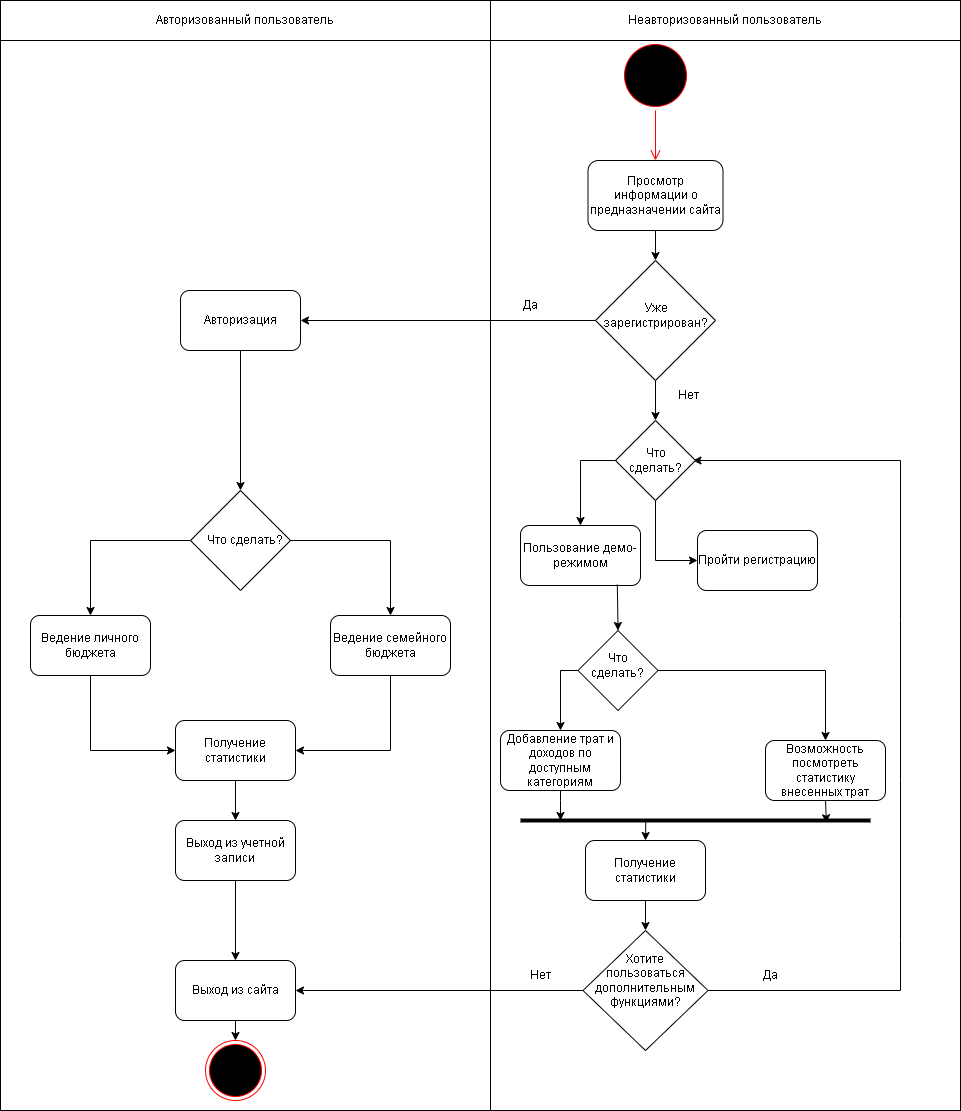
The draw.io diagram documentation/diagrams/Activity_diagram.png in money-pie/moneypie, before a commit. Source tidied: cells renumbered, new cells last; positions are measured from the earlier drawing's top-left corner, leaving out a move shared by most shapes.
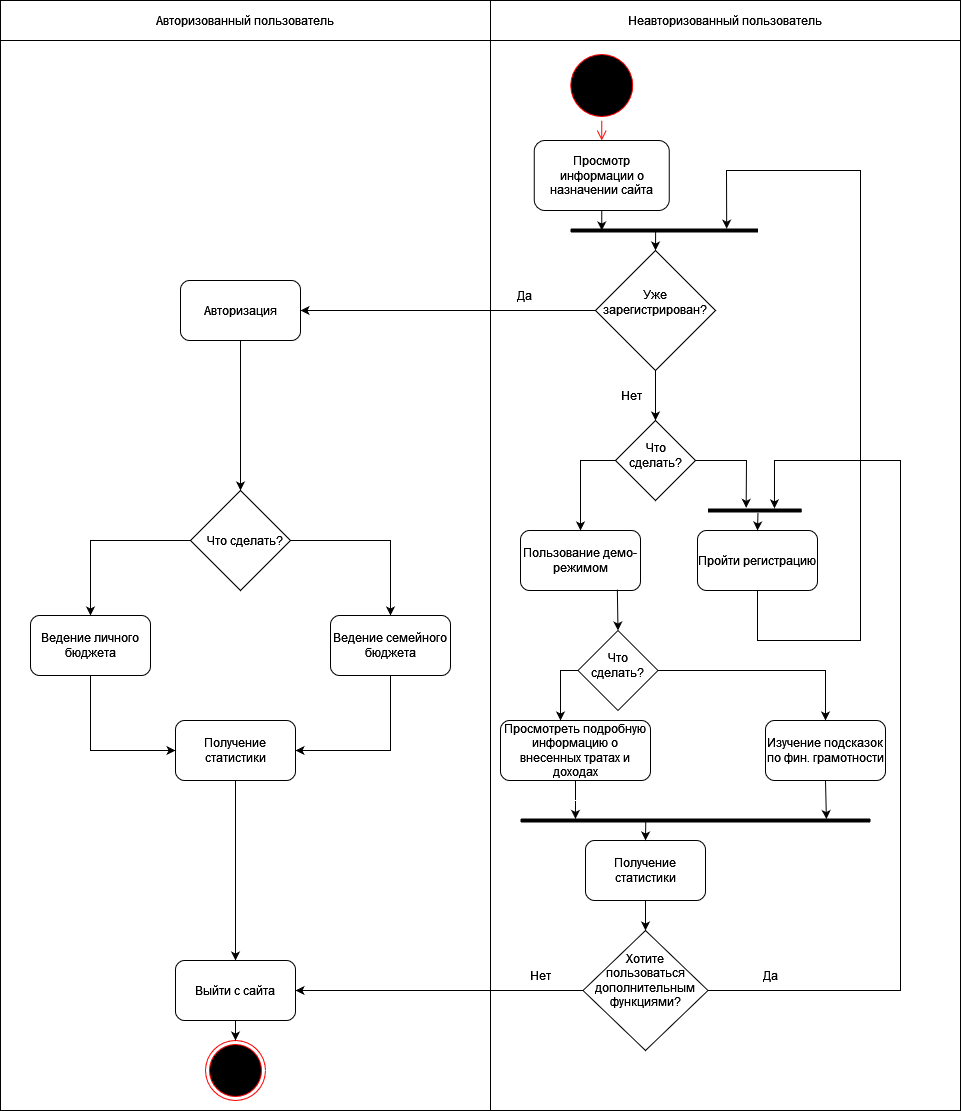
Above is the later version.

What changed in the source:
```diff
@@ -15,25 +15,28 @@
       <mxGeometry x="490" y="40" width="470" height="1070" as="geometry" />
     </mxCell>
     <mxCell id="6" style="ellipse;html=1;shape=startState;fillColor=#000000;strokeColor=#ff0000;" parent="1" vertex="1">
-      <mxGeometry x="620" y="40" width="70" height="70" as="geometry" />
+      <mxGeometry x="566.2" y="50" width="70" height="70" as="geometry" />
     </mxCell>
     <mxCell id="7" style="edgeStyle=orthogonalEdgeStyle;html=1;verticalAlign=bottom;endArrow=open;endSize=8;strokeColor=#ff0000;rounded=0;entryX=0.5;entryY=0;entryDx=0;entryDy=0;" parent="1" edge="1" source="6" target="8">
       <mxGeometry relative="1" as="geometry" />
     </mxCell>
+    <mxCell id="58" style="edgeStyle=orthogonalEdgeStyle;rounded=0;jettySize=auto;html=1;exitX=0.5;exitY=1;exitDx=0;exitDy=0;" parent="1" edge="1" source="8" target="62">
+      <mxGeometry relative="1" as="geometry" />
+    </mxCell>
-    <mxCell id="8" value="Просмотр информации о предназначении сайта" style="rounded=1;whiteSpace=wrap;html=1;" parent="1" vertex="1">
-      <mxGeometry x="587.5" y="160" width="135" height="70" as="geometry" />
+    <mxCell id="8" value="Просмотр информации о назначении сайта" style="rounded=1;whiteSpace=wrap;html=1;" parent="1" vertex="1">
+      <mxGeometry x="533.8" y="140" width="135" height="70" as="geometry" />
     </mxCell>
-    <mxCell id="9" style="endArrow=classic;html=1;rounded=0;exitX=0.5;exitY=1;exitDx=0;exitDy=0;entryX=0.5;entryY=0;entryDx=0;entryDy=0;" parent="1" edge="1" source="8" target="10">
-      <mxGeometry relative="1" as="geometry" />
-    </mxCell>
+    <mxCell id="17" style="edgeStyle=orthogonalEdgeStyle;rounded=0;jettySize=auto;html=1;exitX=0.5;exitY=1;exitDx=0;exitDy=0;entryX=0.5;entryY=0;entryDx=0;entryDy=0;" parent="1" edge="1" source="10" target="52">
+      <mxGeometry relative="1" as="geometry" />
+    </mxCell>
     <mxCell id="10" style="rhombus;whiteSpace=wrap;html=1;" parent="1" vertex="1">
-      <mxGeometry x="595" y="260" width="120" height="120" as="geometry" />
+      <mxGeometry x="595" y="250" width="120" height="120" as="geometry" />
     </mxCell>
     <mxCell id="11" value="Уже зарегистрирован?" style="text;html=1;strokeColor=none;fillColor=none;align=center;verticalAlign=middle;whiteSpace=wrap;rounded=0;" parent="1" vertex="1">
-      <mxGeometry x="607.5" y="300" width="95" height="30" as="geometry" />
+      <mxGeometry x="607" y="287" width="95" height="30" as="geometry" />
     </mxCell>
     <mxCell id="12" value="Авторизация" style="rounded=1;whiteSpace=wrap;html=1;" parent="1" vertex="1">
-      <mxGeometry x="180" y="290" width="120" height="60" as="geometry" />
+      <mxGeometry x="180" y="280" width="120" height="60" as="geometry" />
     </mxCell>
     <mxCell id="13" style="rhombus;whiteSpace=wrap;html=1;" parent="1" vertex="1">
       <mxGeometry x="190" y="490" width="100" height="100" as="geometry" />
@@ -45,34 +48,32 @@
       <mxGeometry x="330" y="615" width="120" height="60" as="geometry" />
     </mxCell>
     <mxCell id="16" value="Пользование демо-режимом" style="rounded=1;whiteSpace=wrap;html=1;" parent="1" vertex="1">
-      <mxGeometry x="520" y="525" width="120" height="60" as="geometry" />
+      <mxGeometry x="520" y="530" width="120" height="60" as="geometry" />
     </mxCell>
-    <mxCell id="17" style="endArrow=classic;html=1;rounded=0;exitX=0.5;exitY=1;exitDx=0;exitDy=0;entryX=0.5;entryY=0;entryDx=0;entryDy=0;" parent="1" edge="1" source="10" target="52">
-      <mxGeometry relative="1" as="geometry" />
-    </mxCell>
     <mxCell id="18" style="endArrow=classic;html=1;rounded=0;exitX=0;exitY=0.5;exitDx=0;exitDy=0;entryX=1;entryY=0.5;entryDx=0;entryDy=0;" parent="1" edge="1" source="10" target="12">
       <mxGeometry relative="1" as="geometry" />
     </mxCell>
     <mxCell id="19" style="rhombus;whiteSpace=wrap;html=1;" parent="1" vertex="1">
       <mxGeometry x="577.5" y="630" width="80" height="80" as="geometry" />
     </mxCell>
-    <mxCell id="20" value="Добавление трат и доходов по доступным категориям" style="rounded=1;whiteSpace=wrap;html=1;" parent="1" vertex="1">
-      <mxGeometry x="500" y="730" width="120" height="60" as="geometry" />
+    <mxCell id="20" value="Просмотреть подробную информацию о внесенных тратах и доходах" style="rounded=1;whiteSpace=wrap;html=1;" parent="1" vertex="1">
+      <mxGeometry x="500" y="720" width="150" height="60" as="geometry" />
     </mxCell>
-    <mxCell id="21" value="Возможность посмотреть статистику внесенных трат" style="rounded=1;whiteSpace=wrap;html=1;" parent="1" vertex="1">
-      <mxGeometry x="765" y="740" width="120" height="60" as="geometry" />
+    <mxCell id="21" value="Изучение подсказок по фин. грамотности" style="rounded=1;whiteSpace=wrap;html=1;" parent="1" vertex="1">
+      <mxGeometry x="765" y="720" width="120" height="60" as="geometry" />
     </mxCell>
     <mxCell id="22" value="Нет" style="text;html=1;strokeColor=none;fillColor=none;align=center;verticalAlign=middle;whiteSpace=wrap;rounded=0;" parent="1" vertex="1">
-      <mxGeometry x="657.5" y="380" width="60" height="30" as="geometry" />
+      <mxGeometry x="601.2" y="380" width="60" height="30" as="geometry" />
     </mxCell>
     <mxCell id="23" value="Да" style="text;html=1;strokeColor=none;fillColor=none;align=center;verticalAlign=middle;whiteSpace=wrap;rounded=0;" parent="1" vertex="1">
-      <mxGeometry x="500" y="290" width="60" height="30" as="geometry" />
+      <mxGeometry x="493.8" y="280" width="60" height="30" as="geometry" />
     </mxCell>
     <mxCell id="24" style="endArrow=classic;html=1;rounded=0;exitX=0.5;exitY=1;exitDx=0;exitDy=0;entryX=0.5;entryY=0;entryDx=0;entryDy=0;" parent="1" edge="1" source="12" target="13">
       <mxGeometry relative="1" as="geometry" />
     </mxCell>
-    <mxCell id="25" style="endArrow=classic;html=1;rounded=0;exitX=0;exitY=0.5;exitDx=0;exitDy=0;entryX=0.5;entryY=0;entryDx=0;entryDy=0;" parent="1" edge="1" source="19" target="20">
+    <mxCell id="25" style="endArrow=classic;html=1;rounded=0;exitX=0;exitY=0.5;exitDx=0;exitDy=0;" parent="1" edge="1" source="19">
       <mxGeometry relative="1" as="geometry">
+        <mxPoint x="560" y="720" as="targetPoint" />
         <Array as="points">
           <mxPoint x="560" y="670" />
         </Array>
@@ -91,15 +92,14 @@
     <mxCell id="28" style="line;strokeWidth=4;fillColor=none;align=left;verticalAlign=middle;spacingTop=-1;spacingLeft=3;spacingRight=3;labelPosition=right;points=[];portConstraint=eastwest;strokeColor=inherit;fontSize=20;" parent="1" vertex="1">
       <mxGeometry x="520" y="810" width="350" height="20" as="geometry" />
     </mxCell>
-    <mxCell id="29" style="endArrow=classic;html=1;rounded=0;exitX=0.5;exitY=1;exitDx=0;exitDy=0;" parent="1" edge="1" source="20">
+    <mxCell id="29" style="endArrow=classic;html=1;rounded=0;exitX=0.5;exitY=1;exitDx=0;exitDy=0;entryX=0.157;entryY=0.42;entryDx=0;entryDy=0;entryPerimeter=0;" parent="1" edge="1" source="20" target="28">
       <mxGeometry relative="1" as="geometry">
-        <mxPoint x="560" y="820" as="targetPoint" />
         <Array as="points">
-          <mxPoint x="560" y="800" />
+          <mxPoint x="575" y="800" />
         </Array>
       </mxGeometry>
     </mxCell>
-    <mxCell id="30" style="endArrow=classic;html=1;rounded=0;exitX=0.5;exitY=1;exitDx=0;exitDy=0;entryX=0.874;entryY=0.614;entryDx=0;entryDy=0;entryPerimeter=0;" parent="1" edge="1" source="21" target="28">
+    <mxCell id="30" style="endArrow=classic;html=1;rounded=0;exitX=0.5;exitY=1;exitDx=0;exitDy=0;entryX=0.874;entryY=0.428;entryDx=0;entryDy=0;entryPerimeter=0;" parent="1" edge="1" source="21" target="28">
       <mxGeometry relative="1" as="geometry" />
     </mxCell>
     <mxCell id="31" value="Что сделать?" style="text;html=1;strokeColor=none;fillColor=none;align=center;verticalAlign=middle;whiteSpace=wrap;rounded=0;" parent="1" vertex="1">
@@ -122,9 +122,6 @@
     <mxCell id="34" value="Получение статистики" style="rounded=1;whiteSpace=wrap;html=1;" parent="1" vertex="1">
       <mxGeometry x="175" y="720" width="120" height="60" as="geometry" />
     </mxCell>
-    <mxCell id="35" value="Выход из учетной записи" style="rounded=1;whiteSpace=wrap;html=1;" parent="1" vertex="1">
-      <mxGeometry x="175" y="820" width="120" height="60" as="geometry" />
-    </mxCell>
     <mxCell id="36" style="endArrow=classic;html=1;rounded=0;exitX=0.5;exitY=1;exitDx=0;exitDy=0;entryX=0;entryY=0.5;entryDx=0;entryDy=0;" parent="1" edge="1" source="14" target="34">
       <mxGeometry relative="1" as="geometry">
         <Array as="points">
@@ -139,15 +136,12 @@
         </Array>
       </mxGeometry>
     </mxCell>
-    <mxCell id="38" style="endArrow=classic;html=1;rounded=0;exitX=0.5;exitY=1;exitDx=0;exitDy=0;entryX=0.5;entryY=0;entryDx=0;entryDy=0;" parent="1" edge="1" source="34" target="35">
+    <mxCell id="38" style="endArrow=classic;html=1;rounded=0;exitX=0.5;exitY=1;exitDx=0;exitDy=0;entryX=0.5;entryY=0;entryDx=0;entryDy=0;" parent="1" edge="1" source="34" target="39">
       <mxGeometry relative="1" as="geometry" />
     </mxCell>
-    <mxCell id="39" value="Выход из сайта" style="rounded=1;whiteSpace=wrap;html=1;" parent="1" vertex="1">
+    <mxCell id="39" value="Выйти с сайта" style="rounded=1;whiteSpace=wrap;html=1;" parent="1" vertex="1">
       <mxGeometry x="175" y="960" width="120" height="60" as="geometry" />
     </mxCell>
-    <mxCell id="40" style="endArrow=classic;html=1;rounded=0;exitX=0.5;exitY=1;exitDx=0;exitDy=0;entryX=0.5;entryY=0;entryDx=0;entryDy=0;" parent="1" edge="1" source="35" target="39">
-      <mxGeometry relative="1" as="geometry" />
-    </mxCell>
     <mxCell id="41" style="ellipse;html=1;shape=endState;fillColor=#000000;strokeColor=#ff0000;" parent="1" vertex="1">
       <mxGeometry x="205" y="1040" width="60" height="60" as="geometry" />
     </mxCell>
@@ -163,14 +157,14 @@
     <mxCell id="45" style="endArrow=classic;html=1;rounded=0;exitX=0;exitY=0.5;exitDx=0;exitDy=0;entryX=1;entryY=0.5;entryDx=0;entryDy=0;" parent="1" edge="1" source="47" target="39">
       <mxGeometry relative="1" as="geometry" />
     </mxCell>
-    <mxCell id="46" style="endArrow=classic;html=1;rounded=0;exitX=1;exitY=0.5;exitDx=0;exitDy=0;entryX=1;entryY=0.5;entryDx=0;entryDy=0;" parent="1" edge="1" source="47" target="53">
+    <mxCell id="46" style="endArrow=classic;html=1;rounded=0;exitX=1;exitY=0.5;exitDx=0;exitDy=0;entryX=0.709;entryY=0.394;entryDx=0;entryDy=0;entryPerimeter=0;" parent="1" edge="1" source="47" target="60">
       <mxGeometry relative="1" as="geometry">
         <Array as="points">
           <mxPoint x="900" y="990" />
           <mxPoint x="900" y="940" />
           <mxPoint x="900" y="780" />
-          <mxPoint x="900" y="620" />
           <mxPoint x="900" y="460" />
+          <mxPoint x="774" y="460" />
         </Array>
       </mxGeometry>
     </mxCell>
@@ -193,15 +187,15 @@
       <mxGeometry x="615" y="420" width="80" height="80" as="geometry" />
     </mxCell>
     <mxCell id="53" value="Что сделать?" style="text;html=1;strokeColor=none;fillColor=none;align=center;verticalAlign=middle;whiteSpace=wrap;rounded=0;" parent="1" vertex="1">
-      <mxGeometry x="617.5" y="445" width="75" height="30" as="geometry" />
+      <mxGeometry x="617.5" y="440" width="75" height="30" as="geometry" />
     </mxCell>
     <mxCell id="54" value="Пройти регистрацию" style="rounded=1;whiteSpace=wrap;html=1;" parent="1" vertex="1">
       <mxGeometry x="697" y="530" width="120" height="60" as="geometry" />
     </mxCell>
-    <mxCell id="55" style="endArrow=classic;html=1;rounded=0;exitX=0.5;exitY=1;exitDx=0;exitDy=0;entryX=0;entryY=0.5;entryDx=0;entryDy=0;" parent="1" edge="1" source="52" target="54">
+    <mxCell id="55" style="endArrow=classic;html=1;rounded=0;exitX=1;exitY=0.5;exitDx=0;exitDy=0;entryX=0.407;entryY=0.367;entryDx=0;entryDy=0;entryPerimeter=0;" parent="1" edge="1" source="52" target="60">
       <mxGeometry relative="1" as="geometry">
         <Array as="points">
-          <mxPoint x="655" y="560" />
+          <mxPoint x="746" y="460" />
         </Array>
       </mxGeometry>
     </mxCell>
@@ -215,5 +209,27 @@
     <mxCell id="57" style="endArrow=classic;html=1;rounded=0;exitX=0.807;exitY=0.984;exitDx=0;exitDy=0;exitPerimeter=0;entryX=0.5;entryY=0;entryDx=0;entryDy=0;" parent="1" edge="1" source="16" target="19">
       <mxGeometry relative="1" as="geometry" />
     </mxCell>
+    <mxCell id="59" style="endArrow=classic;html=1;rounded=0;exitX=0.5;exitY=1;exitDx=0;exitDy=0;entryX=0.833;entryY=0.41;entryDx=0;entryDy=0;entryPerimeter=0;" parent="1" edge="1" source="54" target="62">
+      <mxGeometry relative="1" as="geometry">
+        <Array as="points">
+          <mxPoint x="757" y="640" />
+          <mxPoint x="860" y="640" />
+          <mxPoint x="860" y="170" />
+          <mxPoint x="726" y="170" />
+        </Array>
+      </mxGeometry>
+    </mxCell>
+    <mxCell id="60" style="line;strokeWidth=4;fillColor=none;align=left;verticalAlign=middle;spacingTop=-1;spacingLeft=3;spacingRight=3;labelPosition=right;points=[];portConstraint=eastwest;strokeColor=inherit;fontSize=20;" parent="1" vertex="1">
+      <mxGeometry x="707.5" y="500" width="93.8" height="20" as="geometry" />
+    </mxCell>
+    <mxCell id="61" style="endArrow=classic;html=1;rounded=0;entryX=0.5;entryY=0;entryDx=0;entryDy=0;exitX=0.533;exitY=0.617;exitDx=0;exitDy=0;exitPerimeter=0;" parent="1" edge="1" source="60" target="54">
+      <mxGeometry relative="1" as="geometry" />
+    </mxCell>
+    <mxCell id="62" style="line;strokeWidth=4;fillColor=none;align=left;verticalAlign=middle;spacingTop=-1;spacingLeft=3;spacingRight=3;labelPosition=right;points=[];portConstraint=eastwest;strokeColor=inherit;fontSize=20;" parent="1" vertex="1">
+      <mxGeometry x="570" y="220" width="187.5" height="20" as="geometry" />
+    </mxCell>
+    <mxCell id="63" style="endArrow=classic;html=1;rounded=0;entryX=0.5;entryY=0;entryDx=0;entryDy=0;exitX=0.454;exitY=0.532;exitDx=0;exitDy=0;exitPerimeter=0;" parent="1" edge="1" source="62" target="10">
+      <mxGeometry relative="1" as="geometry" />
+    </mxCell>
   </root>
 </mxGraphModel>
```
